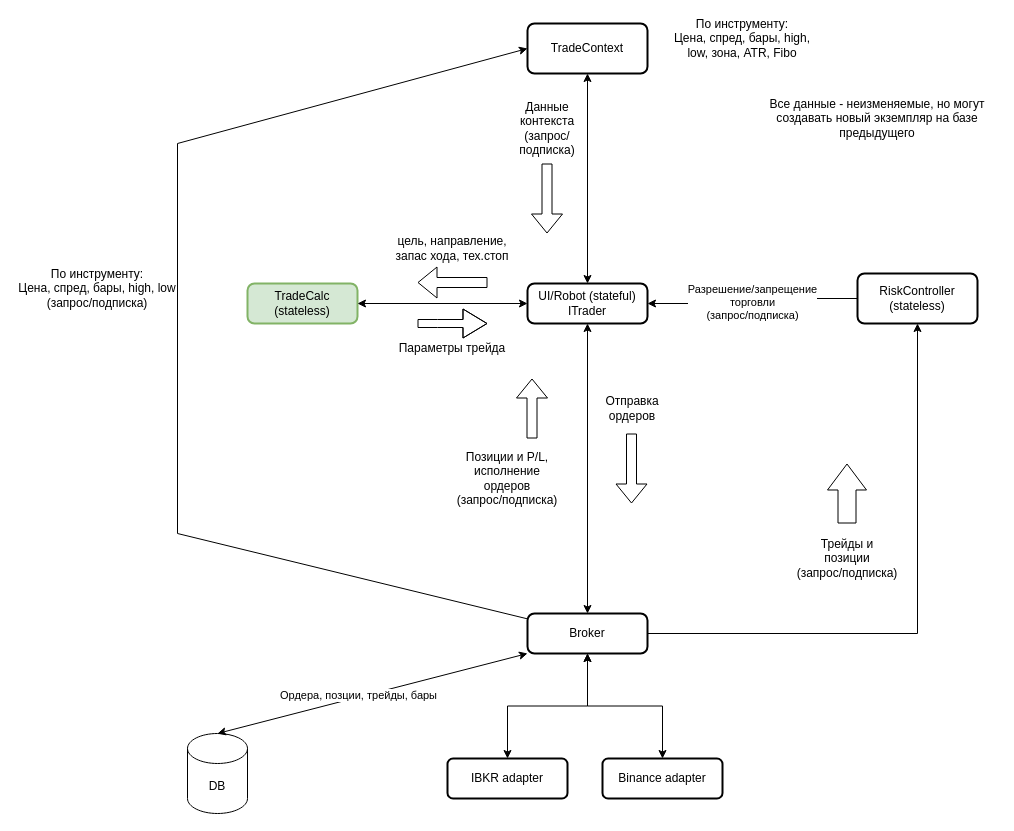
Before: architechture.drawio in utamons/trade, a draw.io diagram. Source tidied: cells renumbered, new cells numbered last; positions are measured from the earlier drawing's top-left corner, leaving out a move shared by most shapes. Both pictures are drawn from the tidied source at 100%, with x=0, y=0 at pixel (17, 23).
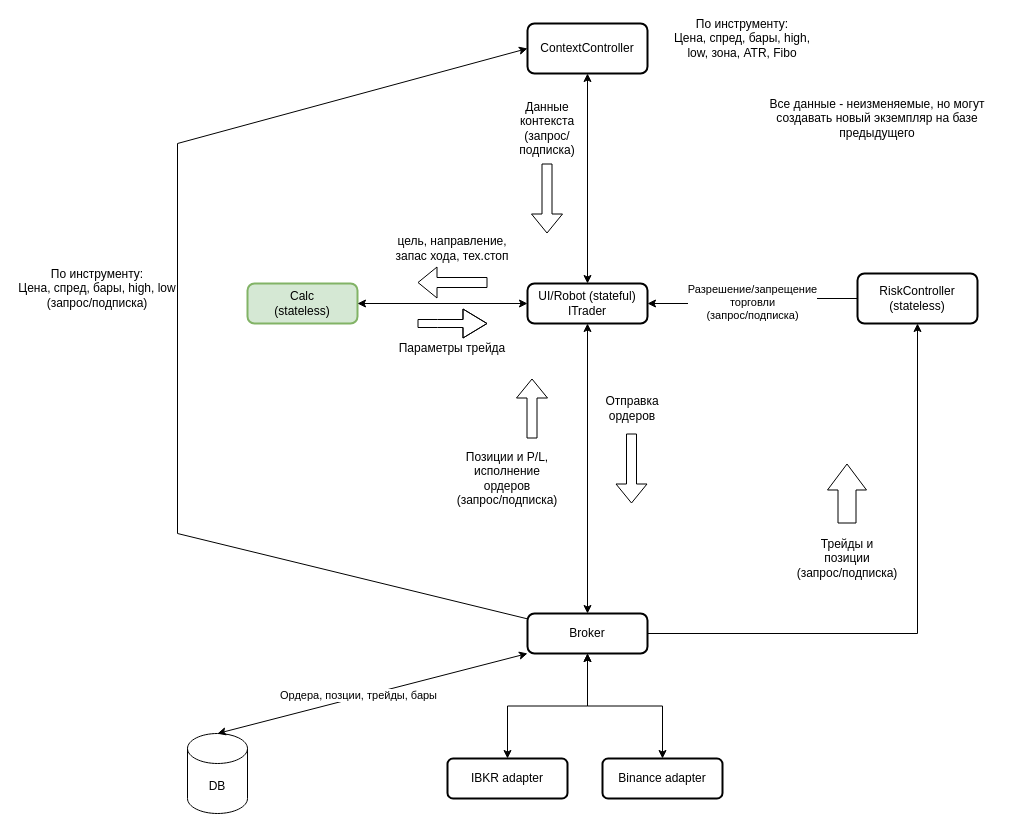
After the change.

Change to the diagram source:
```diff
@@
-    <mxCell id="2" value="TradeContext" style="rounded=1;whiteSpace=wrap;html=1;absoluteArcSize=1;arcSize=14;strokeWidth=2;" parent="1" vertex="1">
+    <mxCell id="2" value="ContextController" style="rounded=1;whiteSpace=wrap;html=1;absoluteArcSize=1;arcSize=14;strokeWidth=2;" parent="1" vertex="1">
       <mxGeometry x="510" width="120" height="50" as="geometry" />
     </mxCell>
-    <mxCell id="3" value="TradeCalc&lt;div&gt;(stateless)&lt;/div&gt;" style="rounded=1;whiteSpace=wrap;html=1;absoluteArcSize=1;arcSize=14;strokeWidth=2;fillColor=#d5e8d4;strokeColor=#82b366;" parent="1" vertex="1">
+    <mxCell id="3" value="&lt;div&gt;&lt;span style=&quot;background-color: initial;&quot;&gt;Calc&lt;/span&gt;&lt;br&gt;&lt;/div&gt;&lt;div&gt;(stateless)&lt;/div&gt;" style="rounded=1;whiteSpace=wrap;html=1;absoluteArcSize=1;arcSize=14;strokeWidth=2;fillColor=#d5e8d4;strokeColor=#82b366;" parent="1" vertex="1">
       <mxGeometry x="230" y="260" width="110" height="40" as="geometry" />
     </mxCell>
```
